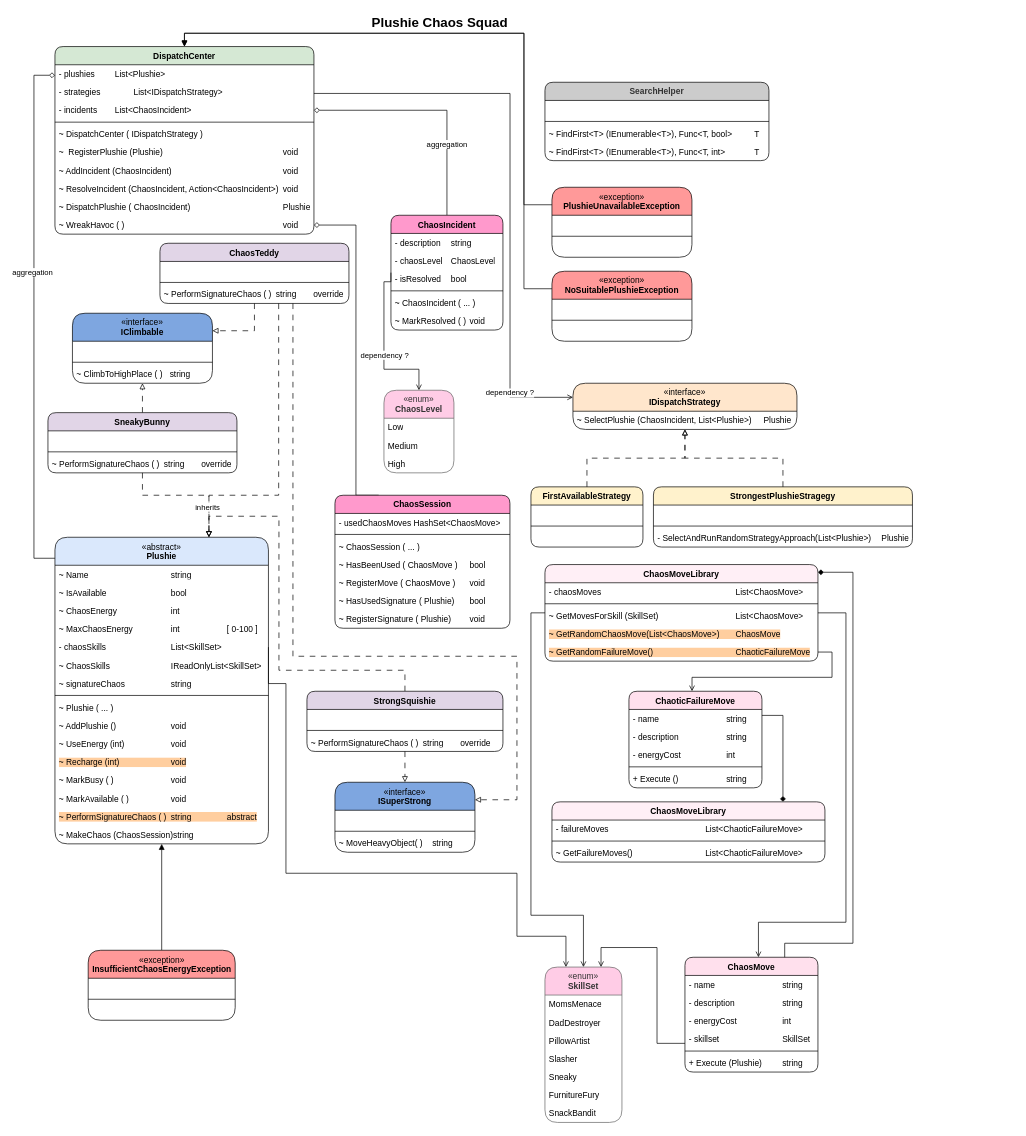
This is Documents/PlushieChaosSquad.drawio from pxxlpxxi/PlushieChaosSquad, a draw.io file, before an edit. Source tidied: cells renumbered, new cells numbered last; positions are measured from the earlier drawing's top-left corner, leaving out a move shared by most shapes. Both pictures are drawn from the tidied source at 70%, with x=0, y=0 at pixel (34, 12).
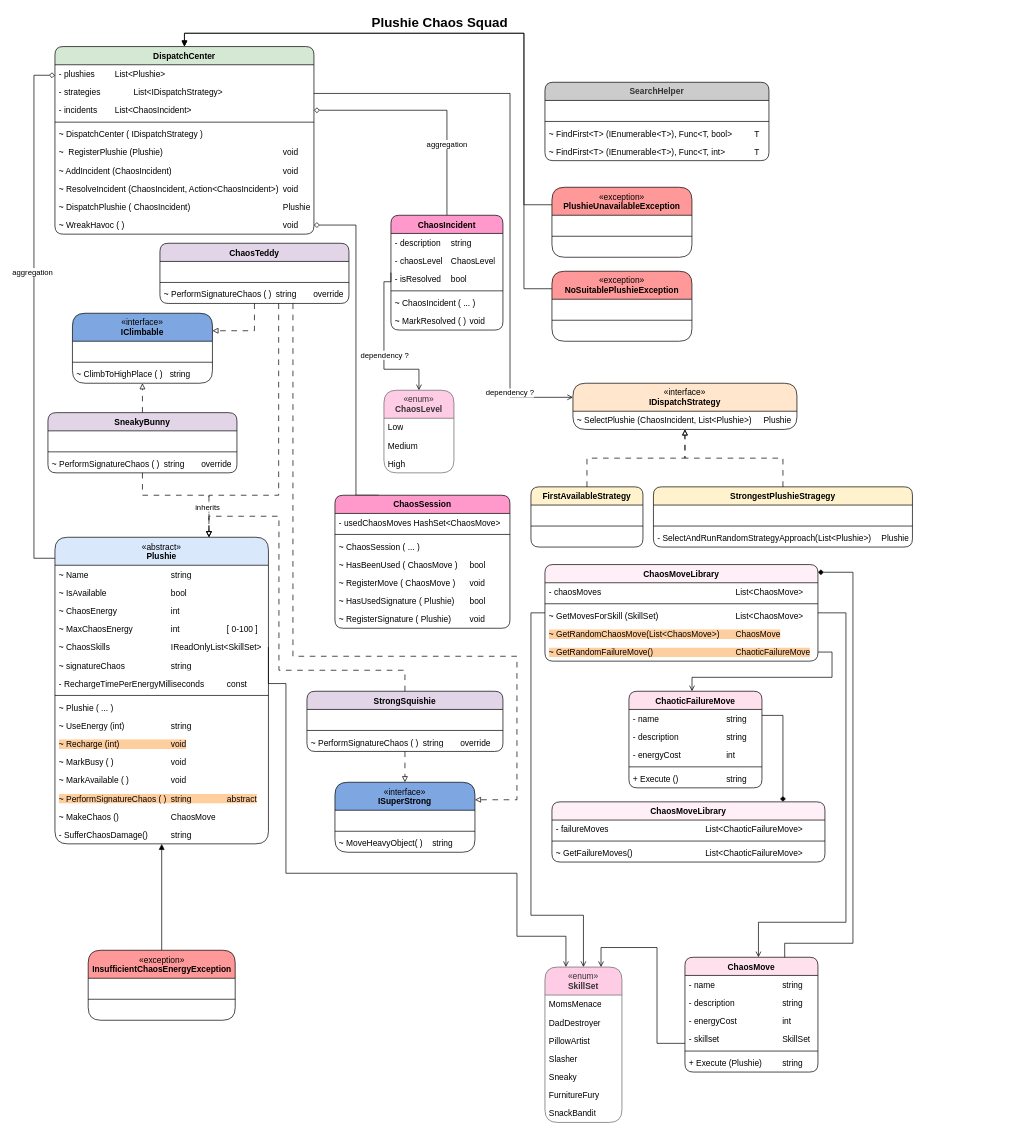
Above is the later version.

Unchanged cells that the change refers to:
```xml
<mxCell id="4" value="&lt;font face=&quot;Helvetica&quot;&gt;&lt;span style=&quot;font-weight: 400;&quot;&gt;«abstract»&lt;/span&gt;&lt;br style=&quot;font-weight: 400;&quot;&gt;Plushie&lt;/font&gt;" style="swimlane;fontStyle=1;align=center;verticalAlign=top;horizontal=1;startSize=40;html=1;rounded=1;fillColor=#dae8fc;strokeColor=#000000;whiteSpace=wrap;" parent="1" vertex="1">
  <mxGeometry x="30" y="750" width="305" height="438" as="geometry" />
</mxCell>
<mxCell id="138" value="&lt;font face=&quot;Helvetica&quot;&gt;&lt;span style=&quot;font-weight: 400;&quot;&gt;«enum»&lt;/span&gt;&lt;br style=&quot;font-weight: 400;&quot;&gt;SkillSet&lt;/font&gt;" style="swimlane;fontStyle=1;align=center;verticalAlign=top;horizontal=1;startSize=40;html=1;rounded=1;fillColor=#FFCCE6;strokeColor=#666666;whiteSpace=wrap;fontColor=#333333;" parent="137" vertex="1">
  <mxGeometry y="14" width="110" height="222" as="geometry" />
</mxCell>
```

The edit, as a diff of the source:
```diff
@@
-    <mxCell id="9" value="- chaosSkills&lt;span style=&quot;white-space: pre;&quot;&gt;&#9;&lt;/span&gt;&lt;span style=&quot;white-space: pre;&quot;&gt;&#9;&lt;span style=&quot;white-space: pre;&quot;&gt;&#9;&lt;span style=&quot;white-space: pre;&quot;&gt;&#9;&lt;/span&gt;List&amp;lt;SkillSet&amp;gt;&lt;/span&gt;&lt;/span&gt;" style="text;strokeColor=none;fillColor=none;align=left;verticalAlign=top;spacingLeft=4;spacingRight=4;overflow=hidden;points=[[0,0.5],[1,0.5]];portConstraint=eastwest;whiteSpace=wrap;html=1;" parent="4" vertex="1">
-      <mxGeometry y="144" width="305" height="26" as="geometry" />
-    </mxCell>
     <mxCell id="10" value="~ ChaosSkills&lt;span style=&quot;white-space: pre;&quot;&gt;&#9;&lt;/span&gt;&lt;span style=&quot;white-space: pre;&quot;&gt;&#9;&lt;span style=&quot;white-space: pre;&quot;&gt;&#9;&lt;span style=&quot;white-space: pre;&quot;&gt;&#9;&lt;/span&gt;IReadOnlyList&amp;lt;SkillSet&amp;gt;&lt;/span&gt;&lt;/span&gt;" style="text;strokeColor=none;fillColor=none;align=left;verticalAlign=top;spacingLeft=4;spacingRight=4;overflow=hidden;whiteSpace=wrap;html=1;" parent="4" vertex="1">
-      <mxGeometry y="170" width="305" height="26" as="geometry" />
+      <mxGeometry y="144" width="305" height="26" as="geometry" />
     </mxCell>
     <mxCell id="11" value="~&amp;nbsp;signatureChaos&lt;span style=&quot;white-space: pre;&quot;&gt;&#9;&lt;span style=&quot;white-space: pre;&quot;&gt;&#9;&lt;/span&gt;&lt;/span&gt;&lt;span style=&quot;white-space: pre;&quot;&gt;&#9;&lt;/span&gt;string" style="text;strokeColor=none;fillColor=none;align=left;verticalAlign=top;spacingLeft=4;spacingRight=4;overflow=hidden;whiteSpace=wrap;html=1;" parent="4" vertex="1">
-      <mxGeometry y="196" width="305" height="26" as="geometry" />
+      <mxGeometry y="170" width="305" height="26" as="geometry" />
     </mxCell>
+    <mxCell id="159" value="- RechargeTimePerEnergyMilliseconds&amp;nbsp;&lt;span style=&quot;white-space: pre;&quot;&gt;&#9;&lt;/span&gt;&lt;span style=&quot;white-space: pre;&quot;&gt;&#9;&lt;/span&gt;const" style="text;strokeColor=none;fillColor=none;align=left;verticalAlign=top;spacingLeft=4;spacingRight=4;overflow=hidden;whiteSpace=wrap;html=1;" parent="4" vertex="1">
+      <mxGeometry y="196" width="305" height="26" as="geometry" />
+    </mxCell>
@@
-    <mxCell id="14" value="~ AddPlushie ()&lt;span style=&quot;white-space: pre;&quot;&gt;&#9;&lt;/span&gt;&lt;span style=&quot;white-space: pre;&quot;&gt;&#9;&lt;/span&gt;&lt;span style=&quot;white-space: pre;&quot;&gt;&#9;&lt;/span&gt;void" style="text;strokeColor=none;fillColor=none;align=left;verticalAlign=top;spacingLeft=4;spacingRight=4;overflow=hidden;whiteSpace=wrap;html=1;" parent="4" vertex="1">
-      <mxGeometry y="256" width="305" height="26" as="geometry" />
-    </mxCell>
-    <mxCell id="15" value="~ UseEnergy (int)&lt;span style=&quot;white-space: pre;&quot;&gt;&#9;&lt;/span&gt;&lt;span style=&quot;white-space: pre;&quot;&gt;&#9;&lt;/span&gt;&lt;span style=&quot;white-space: pre;&quot;&gt;&#9;&lt;/span&gt;void" style="text;strokeColor=none;fillColor=none;align=left;verticalAlign=top;spacingLeft=4;spacingRight=4;overflow=hidden;whiteSpace=wrap;html=1;" parent="4" vertex="1">
-      <mxGeometry y="282" width="305" height="26" as="geometry" />
+    <mxCell id="15" value="~ UseEnergy (int)&lt;span style=&quot;white-space: pre;&quot;&gt;&#9;&lt;/span&gt;&lt;span style=&quot;white-space: pre;&quot;&gt;&#9;&lt;/span&gt;&lt;span style=&quot;white-space: pre;&quot;&gt;&#9;&lt;/span&gt;string" style="text;strokeColor=none;fillColor=none;align=left;verticalAlign=top;spacingLeft=4;spacingRight=4;overflow=hidden;whiteSpace=wrap;html=1;" parent="4" vertex="1">
+      <mxGeometry y="256" width="305" height="26" as="geometry" />
     </mxCell>
     <mxCell id="16" value="~ Recharge (int)&lt;span style=&quot;white-space: pre;&quot;&gt;&#9;&lt;/span&gt;&lt;span style=&quot;white-space: pre;&quot;&gt;&#9;&lt;/span&gt;&lt;span style=&quot;white-space: pre;&quot;&gt;&#9;&lt;/span&gt;void" style="text;strokeColor=none;fillColor=none;align=left;verticalAlign=top;spacingLeft=4;spacingRight=4;overflow=hidden;whiteSpace=wrap;html=1;labelBackgroundColor=#FFCE9F;" parent="4" vertex="1">
-      <mxGeometry y="308" width="305" height="26" as="geometry" />
+      <mxGeometry y="282" width="305" height="26" as="geometry" />
     </mxCell>
     <mxCell id="17" value="~ MarkBusy ( )&lt;span style=&quot;white-space: pre;&quot;&gt;&#9;&lt;/span&gt;&lt;span style=&quot;white-space: pre;&quot;&gt;&#9;&lt;/span&gt;&lt;span style=&quot;white-space: pre;&quot;&gt;&#9;&lt;/span&gt;void" style="text;strokeColor=none;fillColor=none;align=left;verticalAlign=top;spacingLeft=4;spacingRight=4;overflow=hidden;whiteSpace=wrap;html=1;" parent="4" vertex="1">
-      <mxGeometry y="334" width="305" height="26" as="geometry" />
+      <mxGeometry y="308" width="305" height="26" as="geometry" />
     </mxCell>
     <mxCell id="18" value="~ MarkAvailable ( )&lt;span style=&quot;white-space: pre;&quot;&gt;&#9;&lt;/span&gt;&lt;span style=&quot;white-space: pre;&quot;&gt;&#9;&lt;/span&gt;&lt;span style=&quot;white-space: pre;&quot;&gt;&#9;&lt;/span&gt;void" style="text;strokeColor=none;fillColor=none;align=left;verticalAlign=top;spacingLeft=4;spacingRight=4;overflow=hidden;whiteSpace=wrap;html=1;" parent="4" vertex="1">
-      <mxGeometry y="360" width="305" height="26" as="geometry" />
+      <mxGeometry y="334" width="305" height="26" as="geometry" />
     </mxCell>
     <mxCell id="19" value="~ PerformSignatureChaos ( )&lt;span style=&quot;white-space: pre;&quot;&gt;&#9;&lt;/span&gt;string&amp;nbsp;&lt;span style=&quot;white-space: pre;&quot;&gt;&#9;&lt;span style=&quot;white-space: pre;&quot;&gt;&#9;&lt;/span&gt;&lt;/span&gt;abstract" style="text;strokeColor=none;fillColor=none;align=left;verticalAlign=top;spacingLeft=4;spacingRight=4;overflow=hidden;whiteSpace=wrap;html=1;labelBackgroundColor=#FFCE9F;" parent="4" vertex="1">
-      <mxGeometry y="386" width="305" height="26" as="geometry" />
+      <mxGeometry y="360" width="305" height="26" as="geometry" />
     </mxCell>
-    <mxCell id="20" value="~ MakeChaos (ChaosSession)string&amp;nbsp;" style="text;strokeColor=none;fillColor=none;align=left;verticalAlign=top;spacingLeft=4;spacingRight=4;overflow=hidden;whiteSpace=wrap;html=1;" parent="4" vertex="1">
-      <mxGeometry y="412" width="305" height="26" as="geometry" />
+    <mxCell id="20" value="~ MakeChaos ()&lt;span style=&quot;white-space: pre;&quot;&gt;&#9;&lt;/span&gt;&lt;span style=&quot;white-space: pre;&quot;&gt;&#9;&lt;/span&gt;&lt;span style=&quot;white-space: pre;&quot;&gt;&#9;&lt;/span&gt;ChaosMove" style="text;strokeColor=none;fillColor=none;align=left;verticalAlign=top;spacingLeft=4;spacingRight=4;overflow=hidden;whiteSpace=wrap;html=1;" parent="4" vertex="1">
+      <mxGeometry y="386" width="305" height="26" as="geometry" />
     </mxCell>
+    <mxCell id="160" value="- SufferChaosDamage()&lt;span style=&quot;white-space: pre;&quot;&gt;&#9;&lt;/span&gt;&lt;span style=&quot;white-space: pre;&quot;&gt;&#9;&lt;/span&gt;string&amp;nbsp;" style="text;strokeColor=none;fillColor=none;align=left;verticalAlign=top;spacingLeft=4;spacingRight=4;overflow=hidden;whiteSpace=wrap;html=1;" parent="4" vertex="1">
+      <mxGeometry y="412" width="305" height="26" as="geometry" />
+    </mxCell>
@@
-    <mxCell id="97" style="edgeStyle=orthogonalEdgeStyle;rounded=0;jettySize=auto;html=1;exitX=1;exitY=0.5;exitDx=0;exitDy=0;endArrow=open;endFill=0;" parent="1" edge="1" source="9" target="138">
+    <mxCell id="97" style="edgeStyle=orthogonalEdgeStyle;rounded=0;jettySize=auto;html=1;exitX=1;exitY=0.5;exitDx=0;exitDy=0;endArrow=open;endFill=0;" parent="1" edge="1" target="138">
       <mxGeometry relative="1" as="geometry">
+        <mxPoint x="335" y="907" as="sourcePoint" />
         <Array as="points">
           <mxPoint x="360" y="959" />
           <mxPoint x="360" y="1230" />
           <mxPoint x="690" y="1230" />
           <mxPoint x="690" y="1320" />
           <mxPoint x="760" y="1320" />
         </Array>
       </mxGeometry>
     </mxCell>
```
